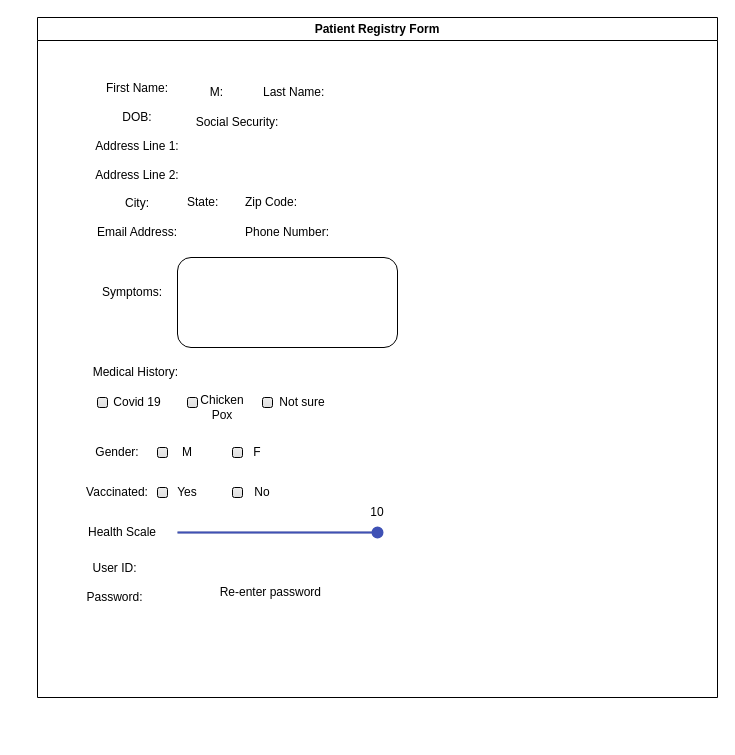
Above: Untitled Diagram.drawio in AkselCabrera/registry-form (draw.io), before the change. Source tidied: cells renumbered, new cells numbered last; positions are measured from the earlier drawing's top-left corner, leaving out a move shared by most shapes. Both pictures are drawn from the tidied source at 100%, with x=0, y=0 at pixel (17, 17).
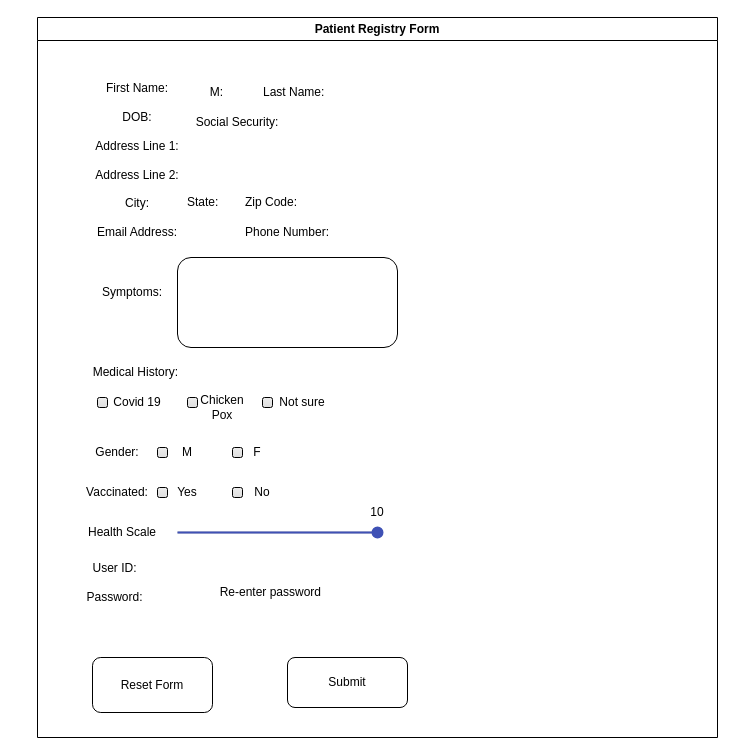
Above is the later version.

Commit message:
mishap messinger

Diff of the diagram source:
```diff
@@
     <mxCell id="2" value="Patient Registry Form" style="swimlane;whiteSpace=wrap;html=1;startSize=23;" parent="1" vertex="1">
-      <mxGeometry x="20" width="680" height="680" as="geometry" />
+      <mxGeometry x="20" width="680" height="720" as="geometry" />
     </mxCell>
@@
+    <mxCell id="33" value="Submit" style="rounded=1;whiteSpace=wrap;html=1;" parent="2" vertex="1">
+      <mxGeometry x="250" y="640" width="120" height="50" as="geometry" />
+    </mxCell>
+    <mxCell id="34" value="Reset Form" style="rounded=1;whiteSpace=wrap;html=1;" parent="2" vertex="1">
+      <mxGeometry x="55" y="640" width="120" height="55" as="geometry" />
+    </mxCell>
```
